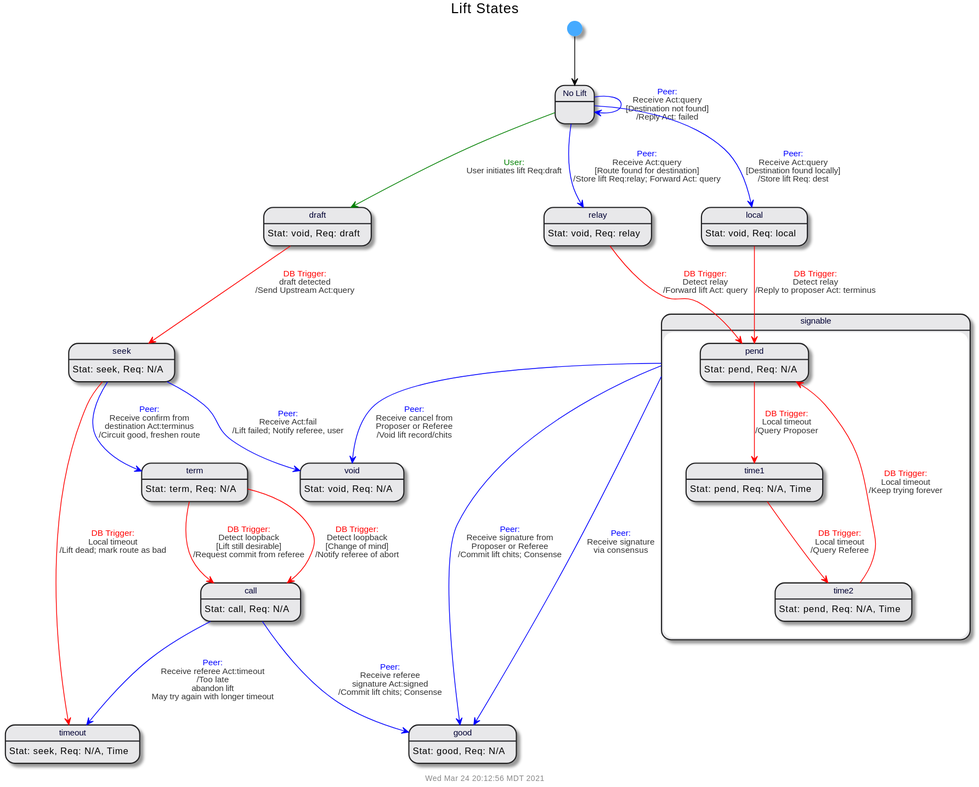
gotchoices/MyCHIPs keeps this PlantUML diagram as doc/uml/state-lift.svg. Above is the earlier version. The source it was exported from:
```plantuml
@startuml
!include common.puml

$title(Lift States)
[*] --> none
state "No Lift" as none

draft: Stat: void, Req: draft
seek:  Stat: seek, Req: N/A
term:  Stat: term, Req: N/A
call:  Stat: call, Req: N/A
good:  Stat: good, Req: N/A

state signable {
  pend:  Stat: pend, Req: N/A
  time1:  Stat: pend, Req: N/A, Time
  time2:  Stat: pend, Req: N/A, Time
}
void:  Stat: void, Req: N/A
local:  Stat: void, Req: local
relay:  Stat: void, Req: relay
timeout:  Stat: seek, Req: N/A, Time

none -[$user]-> draft: $trans($user,User initiates lift Req:draft,'')
draft -[$db]-> seek: $trans($db,draft detected,'',Send Upstream Act:query)

seek -[$peer]-> void: $trans($peer,Receive Act:fail,'','Lift failed; Notify referee, user')
seek -[$db]-> timeout: $trans($db,Local timeout,'', Lift dead; mark route as bad)
seek -[$peer]-> term: $trans($peer,'Receive confirm from\ndestination Act:terminus','', 'Circuit good, freshen route')
term -[$db]-> call: $trans($db,Detect loopback,Lift still desirable, Request commit from referee)
term -[$db]-> call: $trans($db,Detect loopback,Change of mind, Notify referee of abort)
call -[$peer]-> good: $trans($peer,'Receive referee\nsignature Act:signed','', Commit lift chits; Consense)
call -[$peer]-> timeout: $trans($peer,Receive referee Act:timeout,'', 'Too late\nabandon lift\nMay try again with longer timeout')

none -[$peer]-> none: $trans($peer,Receive Act:query,Destination not found, Reply Act: failed)
none -[$peer]-> relay: $trans($peer,Receive Act:query,Route found for destination, 'Store lift Req:relay; Forward Act: query')
relay -[$db]-> pend: $trans($db,Detect relay,'', Forward lift Act: query)

none -[$peer]-> local: $trans($peer,Receive Act:query,Destination found locally, 'Store lift Req: dest')
local -[$db]-> pend: $trans($db,Detect relay,'', Reply to proposer Act: terminus)

signable -[$peer]-> good: $trans($peer,'Receive signature\nvia consensus')
pend -[$db]-> time1: $trans($db,Local timeout,'', Query Proposer)
time1 -[$db]-> time2: $trans($db,Local timeout,'', Query Referee)
time2 -[$db]-> pend: $trans($db,Local timeout,'', Keep trying forever)

signable -[$peer]-> good: $trans($peer,'Receive signature from\nProposer or Referee','', 'Commit lift chits; Consense')
signable -[$peer]-> void: $trans($peer,'Receive cancel from\nProposer or Referee','', 'Void lift record/chits')

@enduml
```
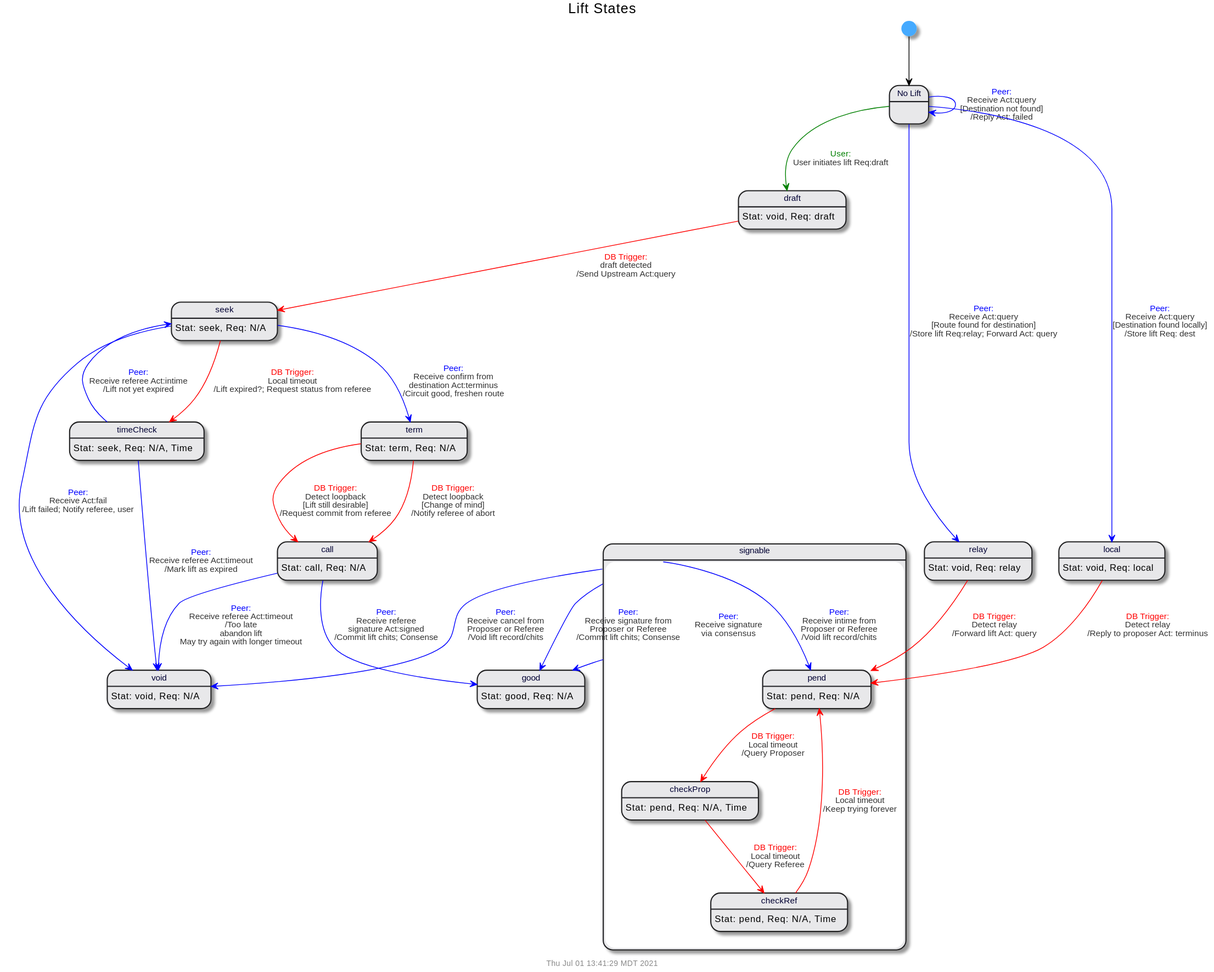
Later version of the same file.

Diff of the diagram source:
```diff
@@ -13,24 +13,26 @@
 
 state signable {
   pend:  Stat: pend, Req: N/A
-  time1:  Stat: pend, Req: N/A, Time
-  time2:  Stat: pend, Req: N/A, Time
+  checkProp:  Stat: pend, Req: N/A, Time
+  checkRef:  Stat: pend, Req: N/A, Time
 }
 void:  Stat: void, Req: N/A
 local:  Stat: void, Req: local
 relay:  Stat: void, Req: relay
-timeout:  Stat: seek, Req: N/A, Time
+timeCheck:  Stat: seek, Req: N/A, Time
 
 none -[$user]-> draft: $trans($user,User initiates lift Req:draft,'')
 draft -[$db]-> seek: $trans($db,draft detected,'',Send Upstream Act:query)
 
 seek -[$peer]-> void: $trans($peer,Receive Act:fail,'','Lift failed; Notify referee, user')
-seek -[$db]-> timeout: $trans($db,Local timeout,'', Lift dead; mark route as bad)
+seek -[$db]-> timeCheck: $trans($db,Local timeout,'', Lift expired?; Request status from referee)
+timeCheck -[$peer]-> void: $trans($peer,Receive referee Act:timeout,'', 'Mark lift as expired')
+timeCheck -[$peer]-> seek: $trans($peer,Receive referee Act:intime,'', 'Lift not yet expired')
 seek -[$peer]-> term: $trans($peer,'Receive confirm from\ndestination Act:terminus','', 'Circuit good, freshen route')
 term -[$db]-> call: $trans($db,Detect loopback,Lift still desirable, Request commit from referee)
 term -[$db]-> call: $trans($db,Detect loopback,Change of mind, Notify referee of abort)
 call -[$peer]-> good: $trans($peer,'Receive referee\nsignature Act:signed','', Commit lift chits; Consense)
-call -[$peer]-> timeout: $trans($peer,Receive referee Act:timeout,'', 'Too late\nabandon lift\nMay try again with longer timeout')
+call -[$peer]-> void: $trans($peer,Receive referee Act:timeout,'', 'Too late\nabandon lift\nMay try again with longer timeout')
 
 none -[$peer]-> none: $trans($peer,Receive Act:query,Destination not found, Reply Act: failed)
 none -[$peer]-> relay: $trans($peer,Receive Act:query,Route found for destination, 'Store lift Req:relay; Forward Act: query')
@@ -40,11 +42,12 @@
 local -[$db]-> pend: $trans($db,Detect relay,'', Reply to proposer Act: terminus)
 
 signable -[$peer]-> good: $trans($peer,'Receive signature\nvia consensus')
-pend -[$db]-> time1: $trans($db,Local timeout,'', Query Proposer)
-time1 -[$db]-> time2: $trans($db,Local timeout,'', Query Referee)
-time2 -[$db]-> pend: $trans($db,Local timeout,'', Keep trying forever)
+pend -[$db]-> checkProp: $trans($db,Local timeout,'', Query Proposer)
+checkProp -[$db]-> checkRef: $trans($db,Local timeout,'', Query Referee)
+checkRef -[$db]-> pend: $trans($db,Local timeout,'', Keep trying forever)
 
 signable -[$peer]-> good: $trans($peer,'Receive signature from\nProposer or Referee','', 'Commit lift chits; Consense')
 signable -[$peer]-> void: $trans($peer,'Receive cancel from\nProposer or Referee','', 'Void lift record/chits')
+signable -[$peer]-> pend: $trans($peer,'Receive intime from\nProposer or Referee','', 'Void lift record/chits')
 
 @enduml
```
